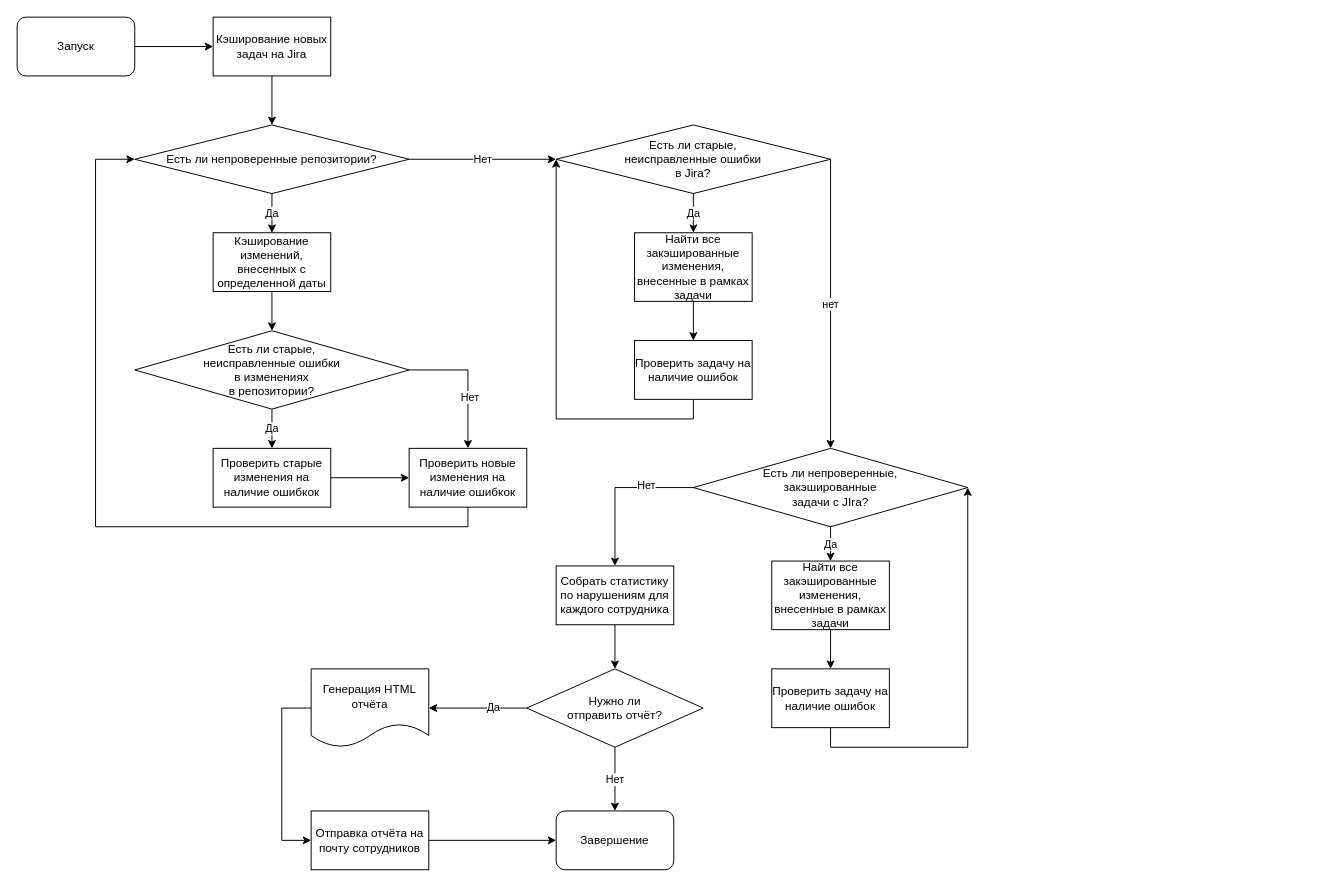
This is Диплом/Алгоритм работы.drawio from Rokfessor/Std, a draw.io file, before an edit. Source tidied: cells renumbered, new cells numbered last; positions are measured from the earlier drawing's top-left corner, leaving out a move shared by most shapes. Both pictures are drawn from the tidied source at 98%, with x=0, y=0 at pixel (17, 17).
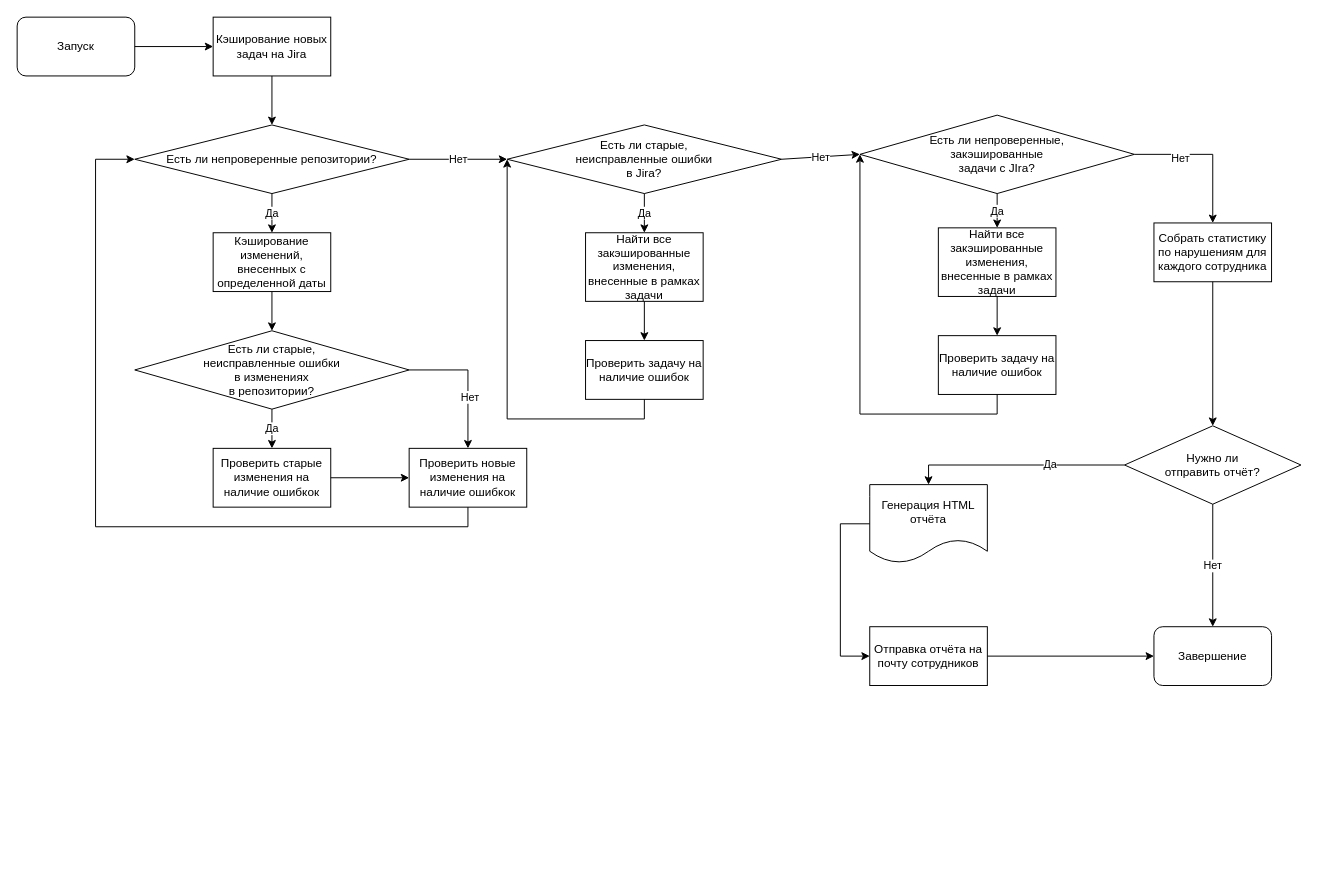
After the change.

What changed in the source:
```diff
@@
     <mxCell id="19" value="Есть ли старые, &lt;br&gt;неисправленные ошибки &lt;br&gt;в Jira?" style="rhombus;whiteSpace=wrap;html=1;" parent="1" vertex="1">
-      <mxGeometry x="550" y="110" width="280" height="70" as="geometry" />
+      <mxGeometry x="500" y="110" width="280" height="70" as="geometry" />
     </mxCell>
@@
     <mxCell id="21" value="Найти все закэшированные изменения, внесенные в рамках задачи" style="rounded=0;whiteSpace=wrap;html=1;" parent="1" vertex="1">
-      <mxGeometry x="630" y="220" width="120" height="70" as="geometry" />
+      <mxGeometry x="580" y="220" width="120" height="70" as="geometry" />
     </mxCell>
     <mxCell id="22" value="Проверить задачу на наличие ошибок" style="rounded=0;whiteSpace=wrap;html=1;" parent="1" vertex="1">
-      <mxGeometry x="630" y="330" width="120" height="60" as="geometry" />
+      <mxGeometry x="580" y="330" width="120" height="60" as="geometry" />
     </mxCell>
@@
     <mxCell id="24" style="endArrow=classic;html=1;rounded=0;exitX=0.5;exitY=1;exitDx=0;exitDy=0;entryX=0;entryY=0.5;entryDx=0;entryDy=0;" parent="1" edge="1" source="22" target="19">
       <mxGeometry relative="1" as="geometry">
         <Array as="points">
-          <mxPoint x="690" y="410" />
-          <mxPoint x="550" y="410" />
+          <mxPoint x="640" y="410" />
+          <mxPoint x="500" y="410" />
         </Array>
       </mxGeometry>
     </mxCell>
     <mxCell id="25" value="Есть ли непроверенные, &lt;br&gt;закэшированные &lt;br&gt;задачи с JIra?" style="rhombus;whiteSpace=wrap;html=1;" parent="1" vertex="1">
-      <mxGeometry x="690" y="440" width="280" height="80" as="geometry" />
+      <mxGeometry x="860" y="100" width="280" height="80" as="geometry" />
     </mxCell>
@@
     <mxCell id="27" value="Найти все закэшированные изменения, внесенные в рамках задачи" style="rounded=0;whiteSpace=wrap;html=1;" parent="1" vertex="1">
-      <mxGeometry x="770" y="555" width="120" height="70" as="geometry" />
+      <mxGeometry x="940" y="215" width="120" height="70" as="geometry" />
     </mxCell>
     <mxCell id="28" value="Проверить задачу на наличие ошибок" style="rounded=0;whiteSpace=wrap;html=1;" parent="1" vertex="1">
-      <mxGeometry x="770" y="665" width="120" height="60" as="geometry" />
+      <mxGeometry x="940" y="325" width="120" height="60" as="geometry" />
     </mxCell>
@@
-    <mxCell id="30" style="endArrow=classic;html=1;rounded=0;exitX=0.5;exitY=1;exitDx=0;exitDy=0;entryX=1;entryY=0.5;entryDx=0;entryDy=0;" parent="1" edge="1" source="28" target="25">
+    <mxCell id="30" style="endArrow=classic;html=1;rounded=0;exitX=0.5;exitY=1;exitDx=0;exitDy=0;entryX=0;entryY=0.5;entryDx=0;entryDy=0;" parent="1" edge="1" source="28" target="25">
       <mxGeometry relative="1" as="geometry">
         <Array as="points">
-          <mxPoint x="830" y="745" />
-          <mxPoint x="970" y="745" />
+          <mxPoint x="1000" y="405" />
+          <mxPoint x="860" y="405" />
         </Array>
       </mxGeometry>
     </mxCell>
-    <mxCell id="31" value="нет" style="endArrow=classic;html=1;rounded=0;exitX=1;exitY=0.5;exitDx=0;exitDy=0;entryX=0.5;entryY=0;entryDx=0;entryDy=0;" parent="1" edge="1" source="19" target="25">
+    <mxCell id="31" value="Нет" style="endArrow=classic;html=1;rounded=0;exitX=1;exitY=0.5;exitDx=0;exitDy=0;entryX=0;entryY=0.5;entryDx=0;entryDy=0;" parent="1" edge="1" source="19" target="25">
       <mxGeometry relative="1" as="geometry" />
     </mxCell>
     <mxCell id="32" value="Собрать статистику по нарушениям для каждого сотрудника" style="rounded=0;whiteSpace=wrap;html=1;" parent="1" vertex="1">
-      <mxGeometry x="550" y="560" width="120" height="60" as="geometry" />
+      <mxGeometry x="1160" y="210" width="120" height="60" as="geometry" />
     </mxCell>
-    <mxCell id="33" style="endArrow=classic;html=1;rounded=0;exitX=0;exitY=0.5;exitDx=0;exitDy=0;entryX=0.5;entryY=0;entryDx=0;entryDy=0;" parent="1" edge="1" source="25" target="32">
+    <mxCell id="33" style="endArrow=classic;html=1;rounded=0;entryX=0.5;entryY=0;entryDx=0;entryDy=0;exitX=1;exitY=0.5;exitDx=0;exitDy=0;" parent="1" edge="1" source="25" target="32">
       <mxGeometry relative="1" as="geometry">
         <Array as="points">
-          <mxPoint x="610" y="480" />
+          <mxPoint x="1220" y="140" />
         </Array>
       </mxGeometry>
     </mxCell>
@@
     <mxCell id="35" value="Нужно ли &lt;br&gt;отправить отчёт?" style="rhombus;whiteSpace=wrap;html=1;" parent="1" vertex="1">
-      <mxGeometry x="520" y="665" width="180" height="80" as="geometry" />
+      <mxGeometry x="1130" y="417" width="180" height="80" as="geometry" />
     </mxCell>
-    <mxCell id="36" style="endArrow=classic;html=1;rounded=0;exitX=0.5;exitY=1;exitDx=0;exitDy=0;" parent="1" edge="1" source="32" target="35">
+    <mxCell id="36" style="endArrow=classic;html=1;rounded=0;exitX=0.5;exitY=1;exitDx=0;exitDy=0;entryX=0.5;entryY=0;entryDx=0;entryDy=0;" parent="1" edge="1" source="32" target="35">
       <mxGeometry relative="1" as="geometry" />
     </mxCell>
@@
     <mxCell id="38" value="Завершение" style="rounded=1;whiteSpace=wrap;html=1;" parent="1" vertex="1">
-      <mxGeometry x="550" y="810" width="120" height="60" as="geometry" />
+      <mxGeometry x="1160" y="622" width="120" height="60" as="geometry" />
     </mxCell>
     <mxCell id="39" value="Генерация HTML отчёта" style="shape=document;whiteSpace=wrap;html=1;boundedLbl=1;" parent="1" vertex="1">
-      <mxGeometry x="300" y="665" width="120" height="80" as="geometry" />
+      <mxGeometry x="870" y="477" width="120" height="80" as="geometry" />
     </mxCell>
-    <mxCell id="40" style="endArrow=classic;html=1;rounded=0;exitX=0;exitY=0.5;exitDx=0;exitDy=0;entryX=1;entryY=0.5;entryDx=0;entryDy=0;" parent="1" edge="1" source="35" target="39">
-      <mxGeometry relative="1" as="geometry" />
+    <mxCell id="40" style="endArrow=classic;html=1;rounded=0;exitX=0;exitY=0.5;exitDx=0;exitDy=0;entryX=0.5;entryY=0;entryDx=0;entryDy=0;" parent="1" edge="1" source="35" target="39">
+      <mxGeometry relative="1" as="geometry">
+        <Array as="points">
+          <mxPoint x="930" y="457" />
+        </Array>
+      </mxGeometry>
     </mxCell>
@@
     <mxCell id="42" value="Отправка отчёта на почту сотрудников" style="rounded=0;whiteSpace=wrap;html=1;" parent="1" vertex="1">
-      <mxGeometry x="300" y="810" width="120" height="60" as="geometry" />
+      <mxGeometry x="870" y="622" width="120" height="60" as="geometry" />
     </mxCell>
     <mxCell id="43" style="endArrow=classic;html=1;rounded=0;exitX=0;exitY=0.5;exitDx=0;exitDy=0;entryX=0;entryY=0.5;entryDx=0;entryDy=0;" parent="1" edge="1" source="39" target="42">
       <mxGeometry relative="1" as="geometry">
         <Array as="points">
-          <mxPoint x="270" y="705" />
-          <mxPoint x="270" y="840" />
+          <mxPoint x="840" y="517" />
+          <mxPoint x="840" y="652" />
         </Array>
       </mxGeometry>
     </mxCell>
-    <mxCell id="44" style="endArrow=classic;html=1;rounded=0;exitX=1;exitY=0.5;exitDx=0;exitDy=0;entryX=0;entryY=0.5;entryDx=0;entryDy=0;" parent="1" edge="1" source="42" target="38">
+    <mxCell id="44" style="endArrow=classic;html=1;rounded=0;entryX=0;entryY=0.5;entryDx=0;entryDy=0;exitX=1;exitY=0.5;exitDx=0;exitDy=0;" parent="1" edge="1" source="42" target="38">
       <mxGeometry relative="1" as="geometry" />
     </mxCell>
```
